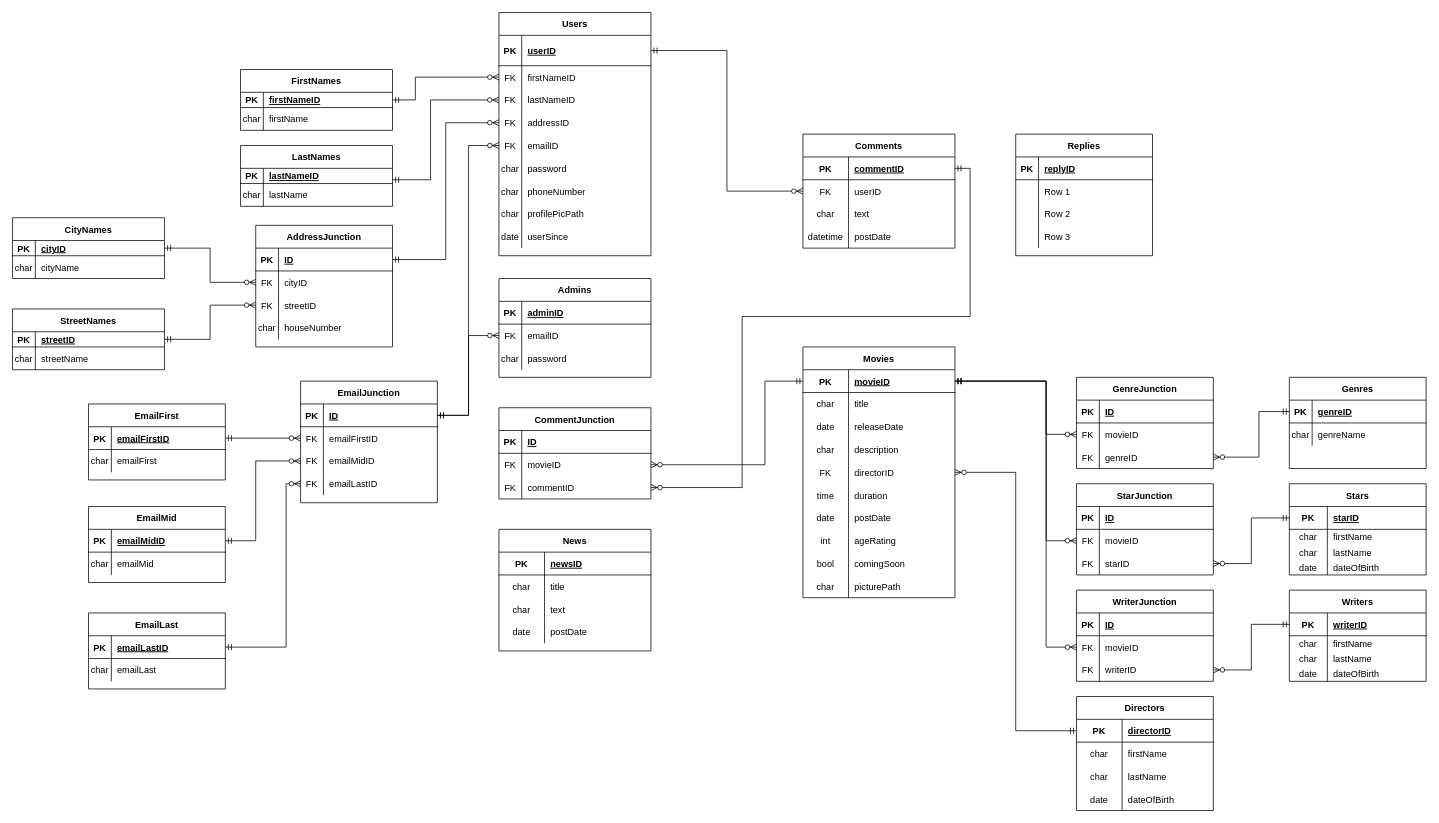
Earlier version of the draw.io diagram FlickClickER.drawio (nikolailarsen01/FlickClick). Source tidied: cells renumbered, new cells numbered last; positions are measured from the earlier drawing's top-left corner, leaving out a move shared by most shapes. Both pictures are drawn from the tidied source at 76%, with x=0, y=0 at pixel (12, 12).
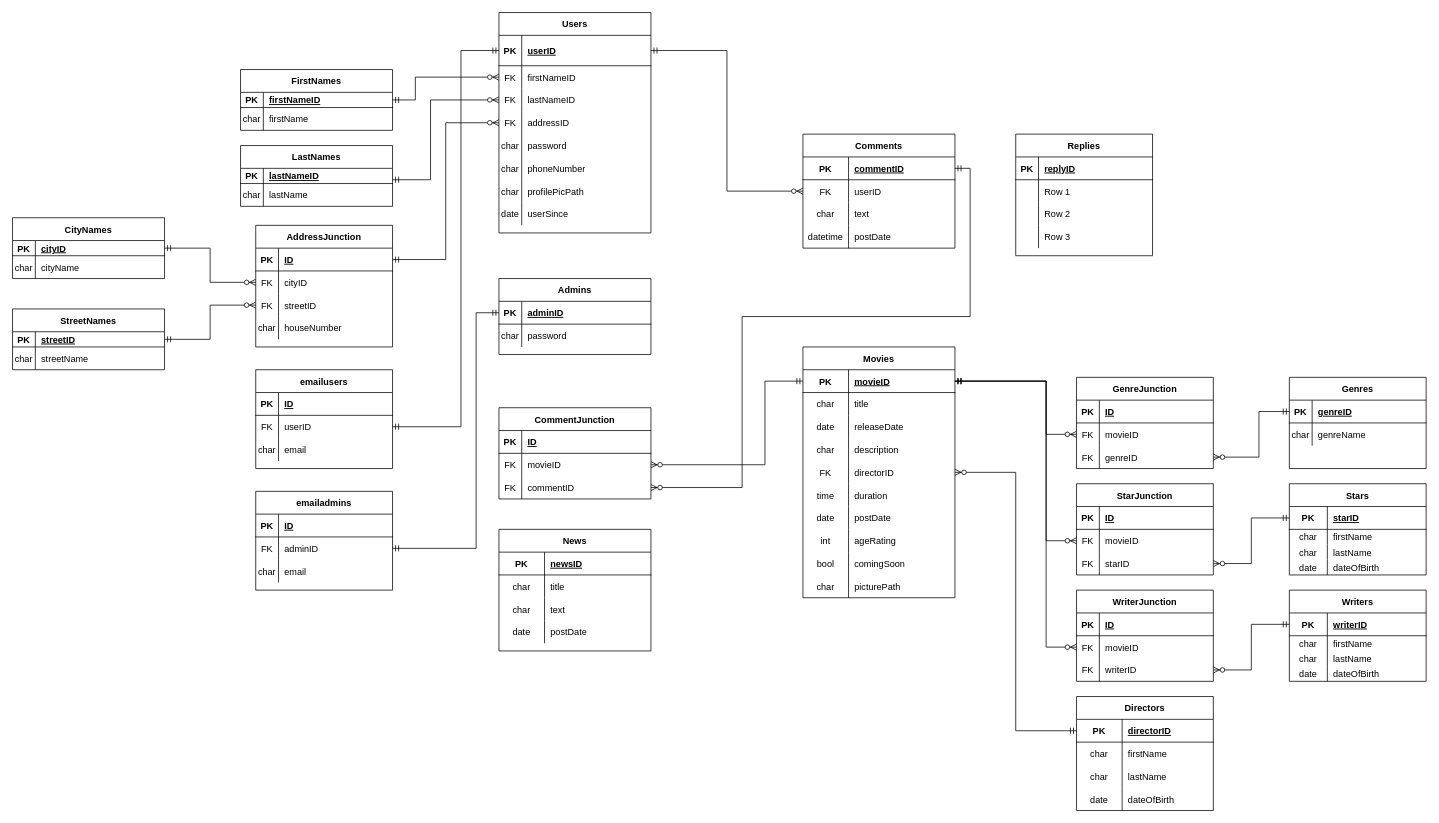
Above is the later version.

The change refers to these unchanged cells:
```xml
<mxCell id="3" style="shape=partialRectangle;fillColor=none;top=0;left=0;bottom=1;right=0;points=[[0,0.5],[1,0.5]];portConstraint=eastwest;" parent="2" vertex="1">
  <mxGeometry y="30" width="200" height="40" as="geometry" />
</mxCell>
<mxCell id="244" style="shape=partialRectangle;fillColor=none;top=0;left=0;bottom=1;right=0;points=[[0,0.5],[1,0.5]];portConstraint=eastwest;" parent="243" vertex="1">
  <mxGeometry y="30" width="180" height="30" as="geometry" />
</mxCell>
<mxCell id="282" style="shape=partialRectangle;fillColor=none;top=0;left=0;bottom=1;right=0;points=[[0,0.5],[1,0.5]];portConstraint=eastwest;" parent="281" vertex="1">
  <mxGeometry y="30" width="200" height="30" as="geometry" />
</mxCell>
```

The edit, as a diff of the source:
```diff
@@
     <mxCell id="2" value="Users" style="shape=table;startSize=30;childLayout=tableLayout;rowLines=0;fontStyle=1;align=center;" parent="1" vertex="1">
-      <mxGeometry x="640" width="200" height="320" as="geometry" />
+      <mxGeometry x="640" width="200" height="290" as="geometry" />
     </mxCell>
@@
-    <mxCell id="15" style="shape=partialRectangle;fillColor=none;top=0;left=0;bottom=0;right=0;points=[[0,0.5],[1,0.5]];portConstraint=eastwest;" parent="2" vertex="1">
-      <mxGeometry y="160" width="200" height="30" as="geometry" />
-    </mxCell>
-    <mxCell id="16" value="FK" style="shape=partialRectangle;fillColor=none;top=0;left=0;bottom=0;right=0;fontStyle=0;overflow=hidden;" parent="15" vertex="1">
-      <mxGeometry width="30" height="30" as="geometry" />
-    </mxCell>
-    <mxCell id="17" value="emailID" style="shape=partialRectangle;fillColor=none;top=0;left=0;bottom=0;right=0;align=left;spacingLeft=6;fontStyle=0;overflow=hidden;" parent="15" vertex="1">
-      <mxGeometry x="30" width="170" height="30" as="geometry" />
-    </mxCell>
     <mxCell id="18" style="shape=partialRectangle;fillColor=none;top=0;left=0;bottom=0;right=0;" parent="2" vertex="1">
-      <mxGeometry y="190" width="200" height="30" as="geometry" />
+      <mxGeometry y="160" width="200" height="30" as="geometry" />
     </mxCell>
@@
     <mxCell id="21" style="shape=partialRectangle;fillColor=none;top=0;left=0;bottom=0;right=0;" parent="2" vertex="1">
-      <mxGeometry y="220" width="200" height="30" as="geometry" />
+      <mxGeometry y="190" width="200" height="30" as="geometry" />
     </mxCell>
@@
     <mxCell id="24" style="shape=partialRectangle;fillColor=none;top=0;left=0;bottom=0;right=0;" parent="2" vertex="1">
-      <mxGeometry y="250" width="200" height="30" as="geometry" />
+      <mxGeometry y="220" width="200" height="30" as="geometry" />
     </mxCell>
@@
     <mxCell id="27" style="shape=partialRectangle;fillColor=none;top=0;left=0;bottom=0;right=0;" parent="2" vertex="1">
-      <mxGeometry y="280" width="200" height="30" as="geometry" />
+      <mxGeometry y="250" width="200" height="30" as="geometry" />
     </mxCell>
@@
-    <mxCell id="243" value="EmailJunction" style="shape=table;startSize=30;childLayout=tableLayout;rowLines=0;fontStyle=1;align=center;" parent="1" vertex="1">
-      <mxGeometry x="379" y="485" width="180" height="160" as="geometry" />
+    <mxCell id="243" value="emailusers" style="shape=table;startSize=30;childLayout=tableLayout;rowLines=0;fontStyle=1;align=center;" parent="1" vertex="1">
+      <mxGeometry x="320" y="470" width="180" height="130" as="geometry" />
     </mxCell>
@@
+    <mxCell id="253" style="shape=partialRectangle;fillColor=none;top=0;left=0;bottom=0;right=0;points=[[0,0.5],[1,0.5]];portConstraint=eastwest;" parent="243" vertex="1">
+      <mxGeometry y="60" width="180" height="30" as="geometry" />
+    </mxCell>
+    <mxCell id="254" value="FK" style="shape=partialRectangle;fillColor=none;top=0;left=0;bottom=0;right=0;overflow=hidden;" parent="253" vertex="1">
+      <mxGeometry width="30" height="30" as="geometry" />
+    </mxCell>
+    <mxCell id="255" value="userID" style="shape=partialRectangle;fillColor=none;top=0;left=0;bottom=0;right=0;align=left;spacingLeft=6;overflow=hidden;" parent="253" vertex="1">
+      <mxGeometry x="30" width="150" height="30" as="geometry" />
+    </mxCell>
     <mxCell id="247" style="shape=partialRectangle;fillColor=none;top=0;left=0;bottom=0;right=0;points=[[0,0.5],[1,0.5]];portConstraint=eastwest;" parent="243" vertex="1">
-      <mxGeometry y="60" width="180" height="30" as="geometry" />
+      <mxGeometry y="90" width="180" height="30" as="geometry" />
     </mxCell>
-    <mxCell id="248" value="FK" style="shape=partialRectangle;fillColor=none;top=0;left=0;bottom=0;right=0;overflow=hidden;" parent="247" vertex="1">
+    <mxCell id="248" value="char" style="shape=partialRectangle;fillColor=none;top=0;left=0;bottom=0;right=0;overflow=hidden;" parent="247" vertex="1">
       <mxGeometry width="30" height="30" as="geometry" />
     </mxCell>
-    <mxCell id="249" value="emailFirstID" style="shape=partialRectangle;fillColor=none;top=0;left=0;bottom=0;right=0;align=left;spacingLeft=6;overflow=hidden;" parent="247" vertex="1">
+    <mxCell id="249" value="email" style="shape=partialRectangle;fillColor=none;top=0;left=0;bottom=0;right=0;align=left;spacingLeft=6;overflow=hidden;" parent="247" vertex="1">
       <mxGeometry x="30" width="150" height="30" as="geometry" />
     </mxCell>
-    <mxCell id="250" style="shape=partialRectangle;fillColor=none;top=0;left=0;bottom=0;right=0;points=[[0,0.5],[1,0.5]];portConstraint=eastwest;" parent="243" vertex="1">
-      <mxGeometry y="90" width="180" height="30" as="geometry" />
-    </mxCell>
-    <mxCell id="251" value="FK" style="shape=partialRectangle;fillColor=none;top=0;left=0;bottom=0;right=0;overflow=hidden;" parent="250" vertex="1">
-      <mxGeometry width="30" height="30" as="geometry" />
-    </mxCell>
-    <mxCell id="252" value="emailMidID" style="shape=partialRectangle;fillColor=none;top=0;left=0;bottom=0;right=0;align=left;spacingLeft=6;overflow=hidden;" parent="250" vertex="1">
-      <mxGeometry x="30" width="150" height="30" as="geometry" />
-    </mxCell>
-    <mxCell id="253" style="shape=partialRectangle;fillColor=none;top=0;left=0;bottom=0;right=0;points=[[0,0.5],[1,0.5]];portConstraint=eastwest;" parent="243" vertex="1">
-      <mxGeometry y="120" width="180" height="30" as="geometry" />
-    </mxCell>
-    <mxCell id="254" value="FK" style="shape=partialRectangle;fillColor=none;top=0;left=0;bottom=0;right=0;overflow=hidden;" parent="253" vertex="1">
-      <mxGeometry width="30" height="30" as="geometry" />
-    </mxCell>
-    <mxCell id="255" value="emailLastID" style="shape=partialRectangle;fillColor=none;top=0;left=0;bottom=0;right=0;align=left;spacingLeft=6;overflow=hidden;" parent="253" vertex="1">
-      <mxGeometry x="30" width="150" height="30" as="geometry" />
-    </mxCell>
-    <mxCell id="256" style="edgeStyle=orthogonalEdgeStyle;rounded=0;jettySize=auto;html=1;startArrow=ERmandOne;startFill=0;endArrow=ERzeroToMany;endFill=1;" parent="1" edge="1" source="244" target="15">
+    <mxCell id="256" style="edgeStyle=orthogonalEdgeStyle;rounded=0;jettySize=auto;html=1;startArrow=ERmandOne;startFill=0;endArrow=ERmandOne;endFill=0;exitX=1;exitY=0.5;exitDx=0;exitDy=0;entryX=0;entryY=0.5;entryDx=0;entryDy=0;" parent="1" edge="1" source="253" target="3">
       <mxGeometry relative="1" as="geometry">
         <Array as="points">
-          <mxPoint x="600" y="530" />
-          <mxPoint x="600" y="175" />
+          <mxPoint x="590" y="545" />
+          <mxPoint x="590" y="50" />
         </Array>
       </mxGeometry>
     </mxCell>
-    <mxCell id="257" value="EmailFirst" style="shape=table;startSize=30;childLayout=tableLayout;rowLines=0;fontStyle=1;align=center;" parent="1" vertex="1">
-      <mxGeometry x="100" y="515" width="180" height="100" as="geometry" />
-    </mxCell>
-    <mxCell id="258" style="shape=partialRectangle;fillColor=none;top=0;left=0;bottom=1;right=0;points=[[0,0.5],[1,0.5]];portConstraint=eastwest;" parent="257" vertex="1">
-      <mxGeometry y="30" width="180" height="30" as="geometry" />
-    </mxCell>
-    <mxCell id="259" value="PK" style="shape=partialRectangle;fillColor=none;top=0;left=0;bottom=0;right=0;fontStyle=1;overflow=hidden;" parent="258" vertex="1">
-      <mxGeometry width="30" height="30" as="geometry" />
-    </mxCell>
-    <mxCell id="260" value="emailFirstID" style="shape=partialRectangle;fillColor=none;top=0;left=0;bottom=0;right=0;align=left;spacingLeft=6;fontStyle=5;overflow=hidden;" parent="258" vertex="1">
-      <mxGeometry x="30" width="150" height="30" as="geometry" />
-    </mxCell>
-    <mxCell id="261" style="shape=partialRectangle;fillColor=none;top=0;left=0;bottom=0;right=0;" parent="257" vertex="1">
-      <mxGeometry y="60" width="180" height="30" as="geometry" />
-    </mxCell>
-    <mxCell id="262" value="char" style="shape=partialRectangle;fillColor=none;top=0;left=0;bottom=0;right=0;overflow=hidden;" parent="261" vertex="1">
-      <mxGeometry width="30" height="30" as="geometry" />
-    </mxCell>
-    <mxCell id="263" value="emailFirst" style="shape=partialRectangle;fillColor=none;top=0;left=0;bottom=0;right=0;align=left;spacingLeft=6;overflow=hidden;" parent="261" vertex="1">
-      <mxGeometry x="30" width="150" height="30" as="geometry" />
-    </mxCell>
-    <mxCell id="264" value="EmailMid" style="shape=table;startSize=30;childLayout=tableLayout;rowLines=0;fontStyle=1;align=center;" parent="1" vertex="1">
-      <mxGeometry x="100" y="650" width="180" height="100" as="geometry" />
-    </mxCell>
-    <mxCell id="265" style="shape=partialRectangle;fillColor=none;top=0;left=0;bottom=1;right=0;points=[[0,0.5],[1,0.5]];portConstraint=eastwest;" parent="264" vertex="1">
-      <mxGeometry y="30" width="180" height="30" as="geometry" />
-    </mxCell>
-    <mxCell id="266" value="PK" style="shape=partialRectangle;fillColor=none;top=0;left=0;bottom=0;right=0;fontStyle=1;overflow=hidden;" parent="265" vertex="1">
-      <mxGeometry width="30" height="30" as="geometry" />
-    </mxCell>
-    <mxCell id="267" value="emailMidID" style="shape=partialRectangle;fillColor=none;top=0;left=0;bottom=0;right=0;align=left;spacingLeft=6;fontStyle=5;overflow=hidden;" parent="265" vertex="1">
-      <mxGeometry x="30" width="150" height="30" as="geometry" />
-    </mxCell>
-    <mxCell id="268" style="shape=partialRectangle;fillColor=none;top=0;left=0;bottom=0;right=0;" parent="264" vertex="1">
-      <mxGeometry y="60" width="180" height="30" as="geometry" />
-    </mxCell>
-    <mxCell id="269" value="char" style="shape=partialRectangle;fillColor=none;top=0;left=0;bottom=0;right=0;overflow=hidden;" parent="268" vertex="1">
-      <mxGeometry width="30" height="30" as="geometry" />
-    </mxCell>
-    <mxCell id="270" value="emailMid" style="shape=partialRectangle;fillColor=none;top=0;left=0;bottom=0;right=0;align=left;spacingLeft=6;overflow=hidden;" parent="268" vertex="1">
-      <mxGeometry x="30" width="150" height="30" as="geometry" />
-    </mxCell>
-    <mxCell id="271" value="EmailLast" style="shape=table;startSize=30;childLayout=tableLayout;rowLines=0;fontStyle=1;align=center;" parent="1" vertex="1">
-      <mxGeometry x="100" y="790" width="180" height="100" as="geometry" />
-    </mxCell>
-    <mxCell id="272" style="shape=partialRectangle;fillColor=none;top=0;left=0;bottom=1;right=0;points=[[0,0.5],[1,0.5]];portConstraint=eastwest;" parent="271" vertex="1">
-      <mxGeometry y="30" width="180" height="30" as="geometry" />
-    </mxCell>
-    <mxCell id="273" value="PK" style="shape=partialRectangle;fillColor=none;top=0;left=0;bottom=0;right=0;fontStyle=1;overflow=hidden;" parent="272" vertex="1">
-      <mxGeometry width="30" height="30" as="geometry" />
-    </mxCell>
-    <mxCell id="274" value="emailLastID" style="shape=partialRectangle;fillColor=none;top=0;left=0;bottom=0;right=0;align=left;spacingLeft=6;fontStyle=5;overflow=hidden;" parent="272" vertex="1">
-      <mxGeometry x="30" width="150" height="30" as="geometry" />
-    </mxCell>
-    <mxCell id="275" style="shape=partialRectangle;fillColor=none;top=0;left=0;bottom=0;right=0;" parent="271" vertex="1">
-      <mxGeometry y="60" width="180" height="30" as="geometry" />
-    </mxCell>
-    <mxCell id="276" value="char" style="shape=partialRectangle;fillColor=none;top=0;left=0;bottom=0;right=0;overflow=hidden;" parent="275" vertex="1">
-      <mxGeometry width="30" height="30" as="geometry" />
-    </mxCell>
-    <mxCell id="277" value="emailLast" style="shape=partialRectangle;fillColor=none;top=0;left=0;bottom=0;right=0;align=left;spacingLeft=6;overflow=hidden;" parent="275" vertex="1">
-      <mxGeometry x="30" width="150" height="30" as="geometry" />
-    </mxCell>
-    <mxCell id="278" style="edgeStyle=orthogonalEdgeStyle;rounded=0;jettySize=auto;html=1;startArrow=ERmandOne;startFill=0;endArrow=ERzeroToMany;endFill=1;" parent="1" edge="1" source="258" target="247">
-      <mxGeometry relative="1" as="geometry" />
-    </mxCell>
-    <mxCell id="279" style="edgeStyle=orthogonalEdgeStyle;rounded=0;jettySize=auto;html=1;entryX=0;entryY=0.5;entryDx=0;entryDy=0;startArrow=ERmandOne;startFill=0;endArrow=ERzeroToMany;endFill=1;" parent="1" edge="1" source="265" target="250">
-      <mxGeometry relative="1" as="geometry">
-        <Array as="points">
-          <mxPoint x="320" y="695" />
-          <mxPoint x="320" y="590" />
-        </Array>
-      </mxGeometry>
-    </mxCell>
-    <mxCell id="280" style="edgeStyle=orthogonalEdgeStyle;rounded=0;jettySize=auto;html=1;startArrow=ERmandOne;startFill=0;endArrow=ERzeroToMany;endFill=1;entryX=0;entryY=0.5;entryDx=0;entryDy=0;" parent="1" edge="1" source="272" target="253">
-      <mxGeometry relative="1" as="geometry">
-        <Array as="points">
-          <mxPoint x="360" y="835" />
-          <mxPoint x="360" y="620" />
-        </Array>
-      </mxGeometry>
-    </mxCell>
     <mxCell id="281" value="Admins" style="shape=table;startSize=30;childLayout=tableLayout;rowLines=0;fontStyle=1;align=center;" parent="1" vertex="1">
-      <mxGeometry x="640" y="350" width="200" height="130" as="geometry" />
+      <mxGeometry x="640" y="350" width="200" height="100" as="geometry" />
     </mxCell>
@@
-    <mxCell id="285" style="shape=partialRectangle;fillColor=none;top=0;left=0;bottom=0;right=0;points=[[0,0.5],[1,0.5]];portConstraint=eastwest;" parent="281" vertex="1">
-      <mxGeometry y="60" width="200" height="30" as="geometry" />
-    </mxCell>
-    <mxCell id="286" value="FK" style="shape=partialRectangle;fillColor=none;top=0;left=0;bottom=0;right=0;overflow=hidden;" parent="285" vertex="1">
-      <mxGeometry width="30" height="30" as="geometry" />
-    </mxCell>
-    <mxCell id="287" value="emailID" style="shape=partialRectangle;fillColor=none;top=0;left=0;bottom=0;right=0;align=left;spacingLeft=6;overflow=hidden;" parent="285" vertex="1">
-      <mxGeometry x="30" width="170" height="30" as="geometry" />
-    </mxCell>
     <mxCell id="288" style="shape=partialRectangle;fillColor=none;top=0;left=0;bottom=0;right=0;" parent="281" vertex="1">
-      <mxGeometry y="90" width="200" height="30" as="geometry" />
+      <mxGeometry y="60" width="200" height="30" as="geometry" />
     </mxCell>
@@
-    <mxCell id="291" style="edgeStyle=orthogonalEdgeStyle;rounded=0;jettySize=auto;html=1;startArrow=ERmandOne;startFill=0;endArrow=ERzeroToMany;endFill=1;" parent="1" edge="1" source="244" target="285">
-      <mxGeometry relative="1" as="geometry">
-        <Array as="points">
-          <mxPoint x="600" y="530" />
-          <mxPoint x="600" y="425" />
-        </Array>
-      </mxGeometry>
-    </mxCell>
+    <mxCell id="292" value="emailadmins" style="shape=table;startSize=30;childLayout=tableLayout;rowLines=0;fontStyle=1;align=center;" parent="1" vertex="1">
+      <mxGeometry x="320" y="630" width="180" height="130" as="geometry" />
+    </mxCell>
+    <mxCell id="293" style="shape=partialRectangle;fillColor=none;top=0;left=0;bottom=1;right=0;" parent="292" vertex="1">
+      <mxGeometry y="30" width="180" height="30" as="geometry" />
+    </mxCell>
+    <mxCell id="294" value="PK" style="shape=partialRectangle;fillColor=none;top=0;left=0;bottom=0;right=0;fontStyle=1;overflow=hidden;" parent="293" vertex="1">
+      <mxGeometry width="30" height="30" as="geometry" />
+    </mxCell>
+    <mxCell id="295" value="ID" style="shape=partialRectangle;fillColor=none;top=0;left=0;bottom=0;right=0;align=left;spacingLeft=6;fontStyle=5;overflow=hidden;" parent="293" vertex="1">
+      <mxGeometry x="30" width="150" height="30" as="geometry" />
+    </mxCell>
+    <mxCell id="296" style="shape=partialRectangle;fillColor=none;top=0;left=0;bottom=0;right=0;points=[[0,0.5],[1,0.5]];portConstraint=eastwest;" parent="292" vertex="1">
+      <mxGeometry y="60" width="180" height="30" as="geometry" />
+    </mxCell>
+    <mxCell id="297" value="FK" style="shape=partialRectangle;fillColor=none;top=0;left=0;bottom=0;right=0;overflow=hidden;" parent="296" vertex="1">
+      <mxGeometry width="30" height="30" as="geometry" />
+    </mxCell>
+    <mxCell id="298" value="adminID" style="shape=partialRectangle;fillColor=none;top=0;left=0;bottom=0;right=0;align=left;spacingLeft=6;overflow=hidden;" parent="296" vertex="1">
+      <mxGeometry x="30" width="150" height="30" as="geometry" />
+    </mxCell>
+    <mxCell id="250" style="shape=partialRectangle;fillColor=none;top=0;left=0;bottom=0;right=0;points=[[0,0.5],[1,0.5]];portConstraint=eastwest;" parent="292" vertex="1">
+      <mxGeometry y="90" width="180" height="30" as="geometry" />
+    </mxCell>
+    <mxCell id="299" value="char" style="shape=partialRectangle;fillColor=none;top=0;left=0;bottom=0;right=0;overflow=hidden;" parent="250" vertex="1">
+      <mxGeometry width="30" height="30" as="geometry" />
+    </mxCell>
+    <mxCell id="300" value="email" style="shape=partialRectangle;fillColor=none;top=0;left=0;bottom=0;right=0;align=left;spacingLeft=6;overflow=hidden;" parent="250" vertex="1">
+      <mxGeometry x="30" width="150" height="30" as="geometry" />
+    </mxCell>
+    <mxCell id="301" style="edgeStyle=orthogonalEdgeStyle;rounded=0;jettySize=auto;html=1;endArrow=ERmandOne;endFill=0;startArrow=ERmandOne;startFill=0;exitX=1;exitY=0.5;exitDx=0;exitDy=0;" parent="1" edge="1" source="296" target="282">
+      <mxGeometry relative="1" as="geometry">
+        <Array as="points">
+          <mxPoint x="610" y="705" />
+          <mxPoint x="610" y="395" />
+        </Array>
+      </mxGeometry>
+    </mxCell>
```
